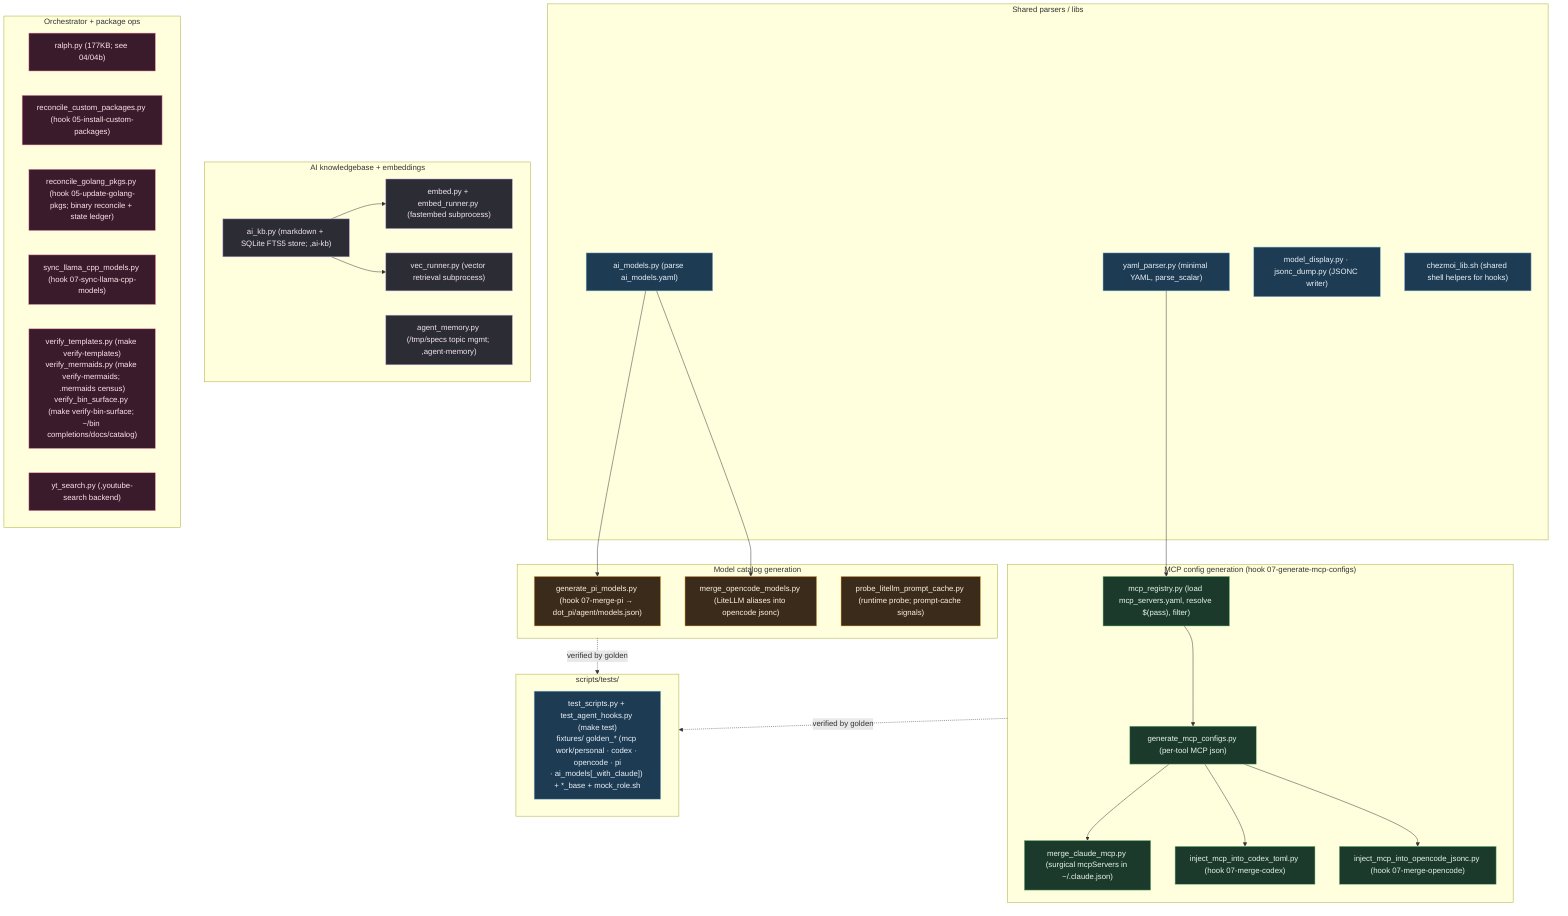
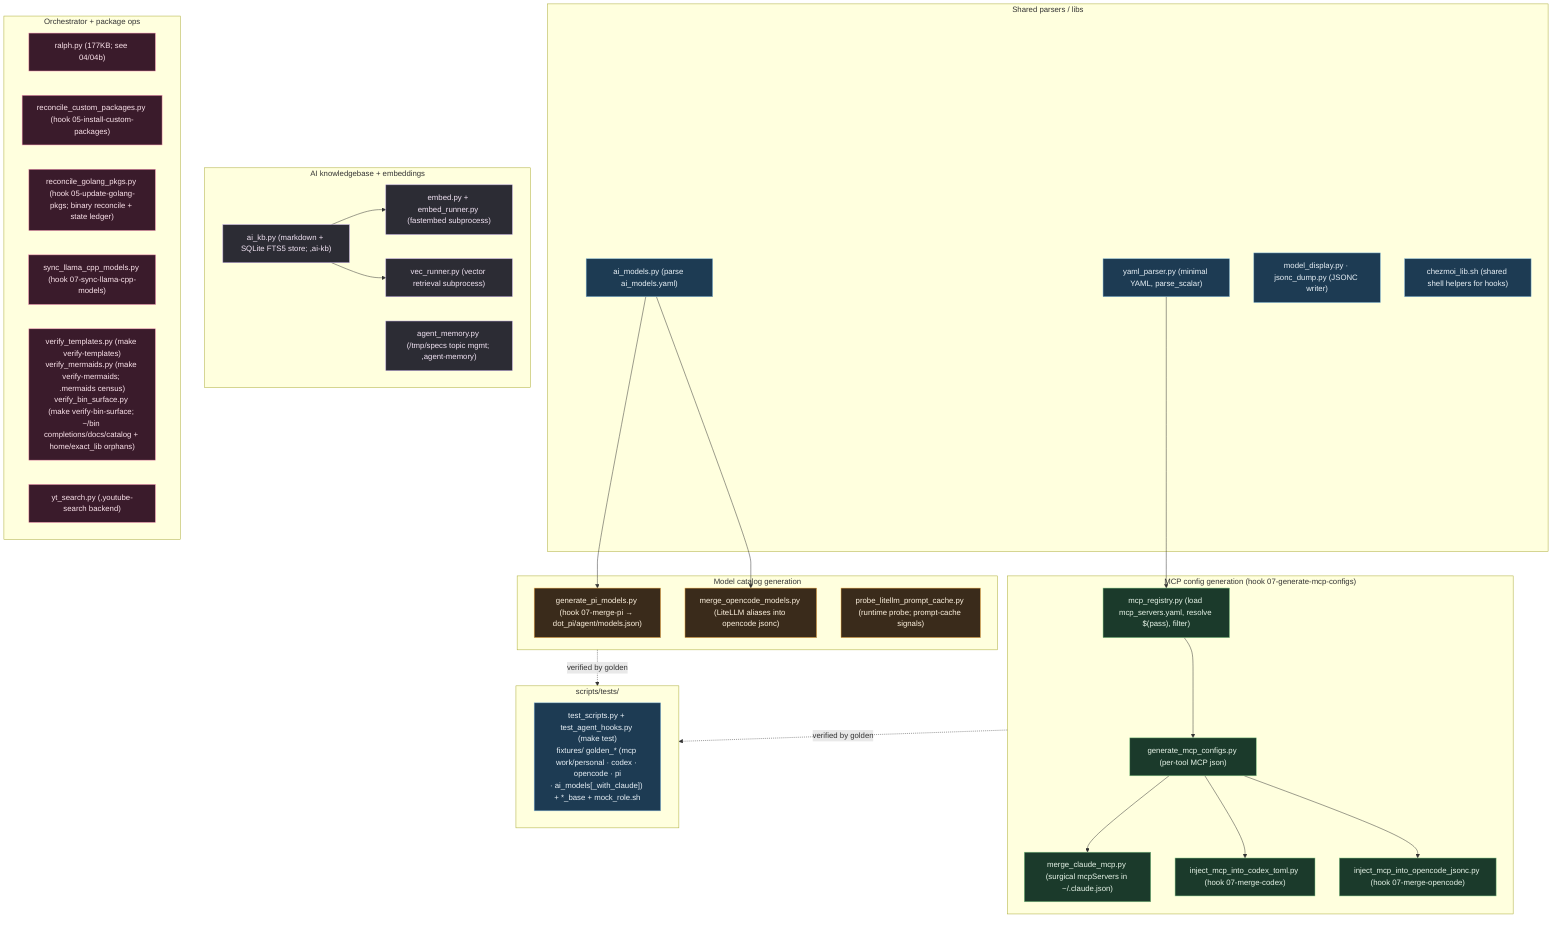
%% ============================================================================
%% 11-scripts-helpers.mmd — Every file in scripts/ (43). Repo-side Python
%% (stdlib only, no PyYAML) called by chezmoi 07-* hooks + ,bin commands.
%% Grouped by consumer. Shared parsers feed the generators/mergers.
%% ============================================================================
flowchart TB
    classDef shared fill:#1d3b53,stroke:#7fb3d5,color:#eaf2f8;
    classDef mcp fill:#1b3a2b,stroke:#81c784,color:#e8f5e9;
    classDef model fill:#3a2b1b,stroke:#ffb74d,color:#fff3e0;
    classDef ai fill:#2c2c34,stroke:#b39ddb,color:#f3e5f5;
    classDef misc fill:#3a1b2b,stroke:#f48fb1,color:#fce4ec;

    subgraph SHARED["Shared parsers / libs"]
        YP["yaml_parser.py (minimal YAML, parse_scalar)"]:::shared
        AM["ai_models.py (parse ai_models.yaml)"]:::shared
        MD["model_display.py · jsonc_dump.py (JSONC writer)"]:::shared
        CL["chezmoi_lib.sh (shared shell helpers for hooks)"]:::shared
    end

    subgraph MCPGEN["MCP config generation (hook 07-generate-mcp-configs)"]
        MR["mcp_registry.py (load mcp_servers.yaml, resolve $(pass), filter)"]:::mcp
        GMC["generate_mcp_configs.py (per-tool MCP json)"]:::mcp
        MCM["merge_claude_mcp.py (surgical mcpServers in ~/.claude.json)"]:::mcp
        ICT["inject_mcp_into_codex_toml.py (hook 07-merge-codex)"]:::mcp
        IOJ["inject_mcp_into_opencode_jsonc.py (hook 07-merge-opencode)"]:::mcp
    end
    YP --> MR --> GMC --> MCM & ICT & IOJ

    subgraph MODELGEN["Model catalog generation"]
        GPM["generate_pi_models.py (hook 07-merge-pi → dot_pi/agent/models.json)"]:::model
        MOM["merge_opencode_models.py (LiteLLM aliases into opencode jsonc)"]:::model
        PLP["probe_litellm_prompt_cache.py (runtime probe; prompt-cache signals)"]:::model
    end
    AM --> GPM & MOM

    subgraph AIKB["AI knowledgebase + embeddings"]
        KB["ai_kb.py (markdown + SQLite FTS5 store; ,ai-kb)"]:::ai
        EMB["embed.py + embed_runner.py (fastembed subprocess)"]:::ai
        VEC["vec_runner.py (vector retrieval subprocess)"]:::ai
        AGM["agent_memory.py (/tmp/specs topic mgmt; ,agent-memory)"]:::ai
    end
    KB --> EMB & VEC

    subgraph ORCH["Orchestrator + package ops"]
        RALPH["ralph.py (177KB; see 04/04b)"]:::misc
        RCP["reconcile_custom_packages.py (hook 05-install-custom-packages)"]:::misc
        RGP["reconcile_golang_pkgs.py (hook 05-update-golang-pkgs; binary reconcile + state ledger)"]:::misc
        SLC["sync_llama_cpp_models.py (hook 07-sync-llama-cpp-models)"]:::misc
-         VT["verify_templates.py (make verify-templates)<br/>verify_mermaids.py (make verify-mermaids; .mermaids census)<br/>verify_bin_surface.py (make verify-bin-surface; ~/bin completions/docs/catalog)"]:::misc
+         VT["verify_templates.py (make verify-templates)<br/>verify_mermaids.py (make verify-mermaids; .mermaids census)<br/>verify_bin_surface.py (make verify-bin-surface; ~/bin completions/docs/catalog + home/exact_lib orphans)"]:::misc
        YT["yt_search.py (,youtube-search backend)"]:::misc
    end

    subgraph TESTS["scripts/tests/"]
        T["test_scripts.py + test_agent_hooks.py (make test)<br/>fixtures/ golden_* (mcp work/personal · codex · opencode · pi<br/>· ai_models[_with_claude]) + *_base + mock_role.sh"]:::shared
    end
    MCPGEN -.verified by golden.-> TESTS
    MODELGEN -.verified by golden.-> TESTS
